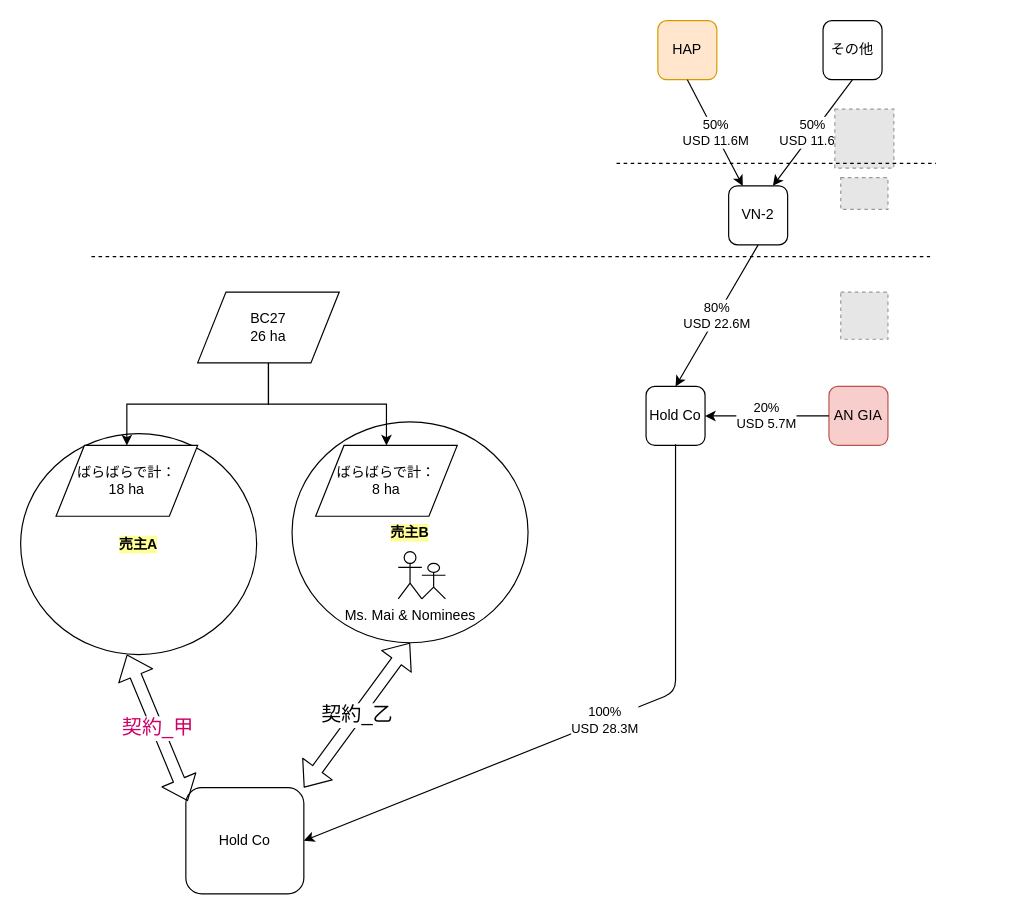
This is page "BC27_Principal Approval" (4 of 4) of Untitled Diagram.drawio from EthanKeng/scrapy_test, a draw.io file, before an edit. Source tidied: cells renumbered, new cells numbered last; positions are measured from the earlier drawing's top-left corner, leaving out a move shared by most shapes. Both pictures are drawn from the tidied source at 118%, with x=0, y=0 at pixel (20, 20). Pictures stored in the file or linked from it are replaced by grey dashed boxes.
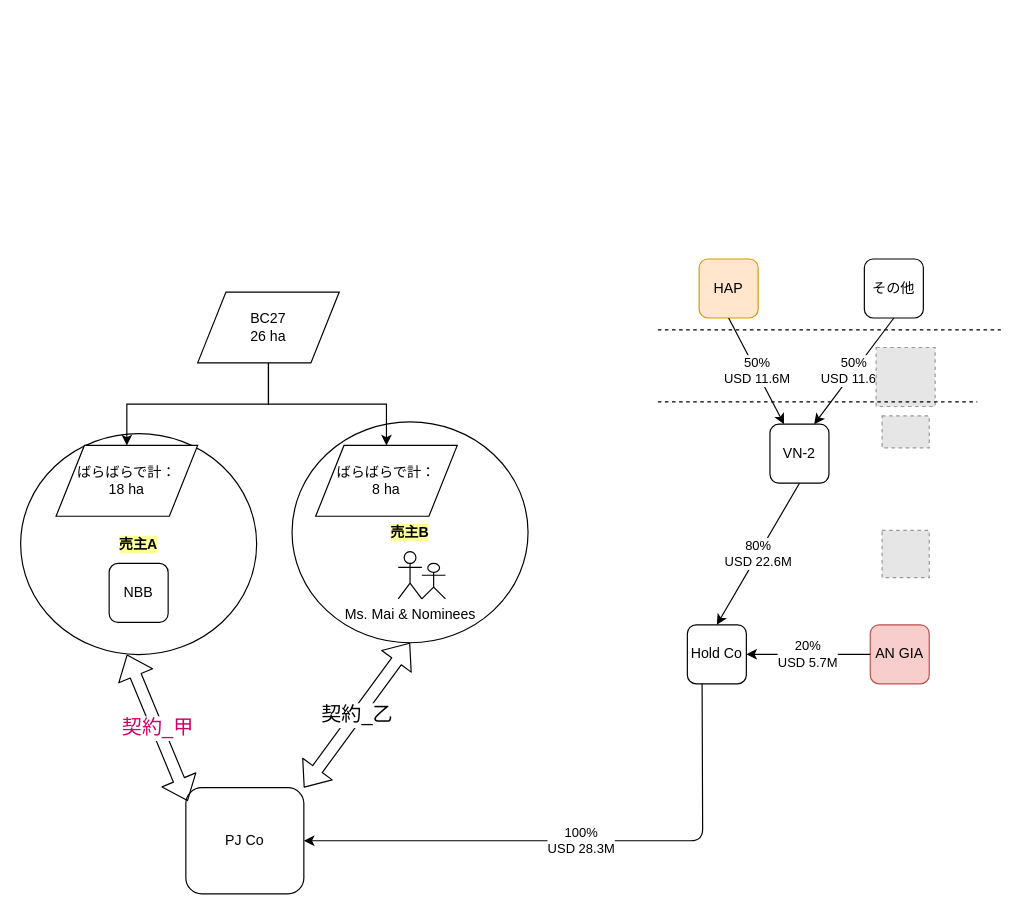
The same page after the edit.

Diff of the diagram source:
```diff
@@
     <mxCell id="4" value="HAP" style="rounded=1;whiteSpace=wrap;html=1;fillColor=#ffe6cc;strokeColor=#d79b00;" parent="1" vertex="1">
-      <mxGeometry x="540" width="50" height="50" as="geometry" />
+      <mxGeometry x="575" y="202" width="50" height="50" as="geometry" />
     </mxCell>
@@
     <mxCell id="6" value="VN-2" style="rounded=1;whiteSpace=wrap;html=1;" parent="1" vertex="1">
-      <mxGeometry x="600" y="140" width="50" height="50" as="geometry" />
+      <mxGeometry x="635" y="342" width="50" height="50" as="geometry" />
     </mxCell>
     <mxCell id="7" value="その他" style="rounded=1;whiteSpace=wrap;html=1;" parent="1" vertex="1">
-      <mxGeometry x="680" width="50" height="50" as="geometry" />
+      <mxGeometry x="715" y="202" width="50" height="50" as="geometry" />
     </mxCell>
@@
     <mxCell id="9" value="Hold Co" style="rounded=1;whiteSpace=wrap;html=1;" parent="1" vertex="1">
-      <mxGeometry x="530" y="310" width="50" height="50" as="geometry" />
+      <mxGeometry x="565" y="512" width="50" height="50" as="geometry" />
     </mxCell>
     <mxCell id="10" style="fillColor=#E6E6E6;strokeColor=#999999;dashed=1;html=1;verticalAlign=top;verticalLabelPosition=bottom;labelBackgroundColor=#ffffff;" parent="1" vertex="1">
-      <mxGeometry x="690" y="75" width="50" height="50" as="geometry" />
+      <mxGeometry x="725" y="277" width="50" height="50" as="geometry" />
     </mxCell>
     <mxCell id="11" style="endArrow=none;dashed=1;html=1;" parent="1" edge="1">
       <mxGeometry relative="1" as="geometry">
-        <mxPoint x="505" y="121" as="sourcePoint" />
-        <mxPoint x="775.7" y="121" as="targetPoint" />
+        <mxPoint x="540" y="323" as="sourcePoint" />
+        <mxPoint x="810.7" y="323" as="targetPoint" />
       </mxGeometry>
     </mxCell>
     <mxCell id="12" style="fillColor=#E6E6E6;strokeColor=#999999;dashed=1;html=1;verticalAlign=top;verticalLabelPosition=bottom;labelBackgroundColor=#ffffff;" parent="1" vertex="1">
-      <mxGeometry x="695" y="133" width="40" height="27" as="geometry" />
+      <mxGeometry x="730" y="335" width="40" height="27" as="geometry" />
     </mxCell>
     <mxCell id="13" style="endArrow=none;dashed=1;html=1;" parent="1" edge="1">
       <mxGeometry relative="1" as="geometry">
-        <mxPoint x="60" y="200" as="sourcePoint" />
-        <mxPoint x="770.7" y="200" as="targetPoint" />
+        <mxPoint x="540" y="262" as="sourcePoint" />
+        <mxPoint x="830.7" y="262" as="targetPoint" />
       </mxGeometry>
     </mxCell>
@@
-    <mxCell id="15" value="Hold Co" style="rounded=1;whiteSpace=wrap;html=1;" parent="1" vertex="1">
+    <mxCell id="15" value="PJ Co" style="rounded=1;whiteSpace=wrap;html=1;" parent="1" vertex="1">
       <mxGeometry x="140" y="650" width="100" height="90" as="geometry" />
     </mxCell>
-    <mxCell id="16" value="100%&lt;br&gt;USD 28.3M" style="endArrow=classic;html=1;exitX=0.5;exitY=1;exitDx=0;exitDy=0;entryX=1;entryY=0.5;entryDx=0;entryDy=0;" parent="1" edge="1" target="15">
+    <mxCell id="16" value="100%&lt;br&gt;USD 28.3M" style="endArrow=classic;html=1;exitX=0.25;exitY=1;exitDx=0;exitDy=0;entryX=1;entryY=0.5;entryDx=0;entryDy=0;" parent="1" edge="1" source="9" target="15">
       <mxGeometry relative="1" as="geometry">
-        <mxPoint x="555" y="359" as="sourcePoint" />
         <Array as="points">
-          <mxPoint x="555" y="569" />
+          <mxPoint x="578" y="695" />
         </Array>
       </mxGeometry>
     </mxCell>
     <mxCell id="17" style="fillColor=#E6E6E6;strokeColor=#999999;dashed=1;html=1;verticalAlign=top;verticalLabelPosition=bottom;labelBackgroundColor=#ffffff;" parent="1" vertex="1">
-      <mxGeometry x="695" y="230" width="40" height="40" as="geometry" />
+      <mxGeometry x="730" y="432" width="40" height="40" as="geometry" />
     </mxCell>
@@
     <mxCell id="25" value="AN GIA" style="rounded=1;whiteSpace=wrap;html=1;labelBackgroundColor=none;fillColor=#f8cecc;strokeColor=#b85450;" parent="1" vertex="1">
-      <mxGeometry x="685" y="310" width="50" height="50" as="geometry" />
+      <mxGeometry x="720" y="512" width="50" height="50" as="geometry" />
     </mxCell>
@@
+    <mxCell id="29" value="NBB" style="rounded=1;whiteSpace=wrap;html=1;" parent="1" vertex="1">
+      <mxGeometry x="75" y="460" width="50" height="50" as="geometry" />
+    </mxCell>
```
